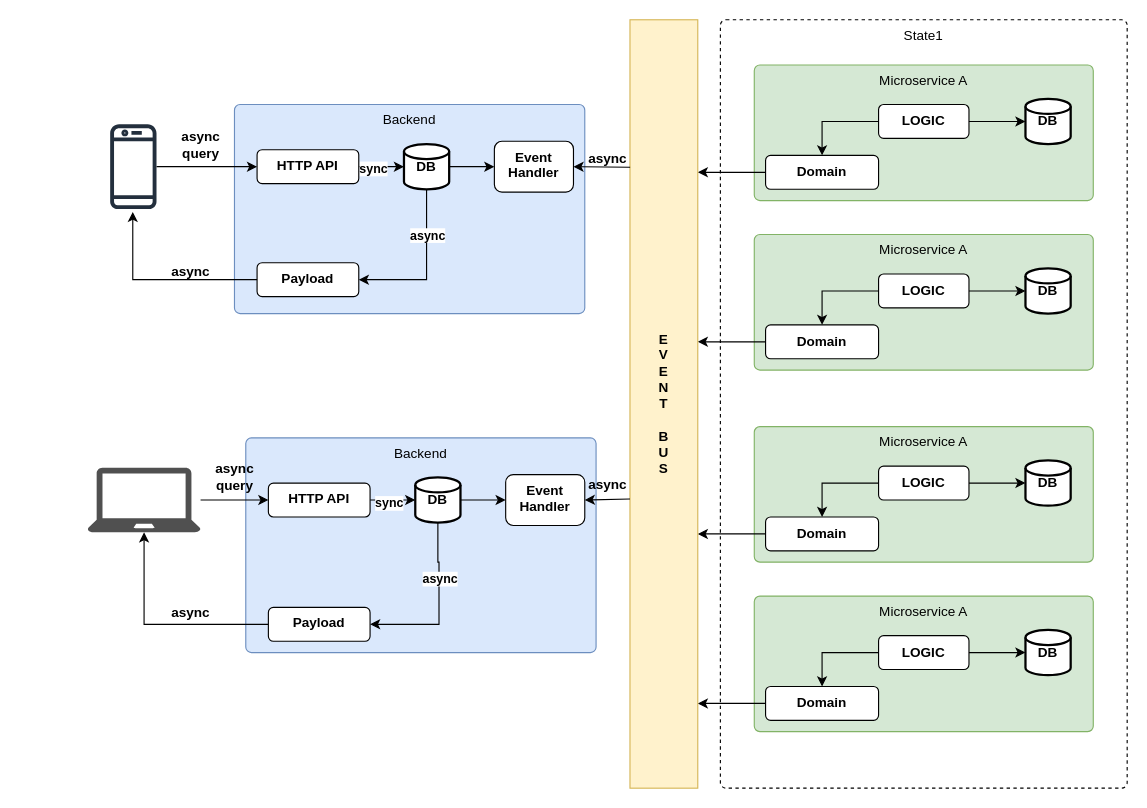
ThePlator/SIH_2k24 keeps this draw.io diagram as SIH_2k24.drawio. Above is the earlier version. Source tidied: cells renumbered, new cells numbered last; positions are measured from the earlier drawing's top-left corner, leaving out a move shared by most shapes. Both pictures are drawn from the tidied source at 113%, with x=0, y=0 at pixel (87, 19).
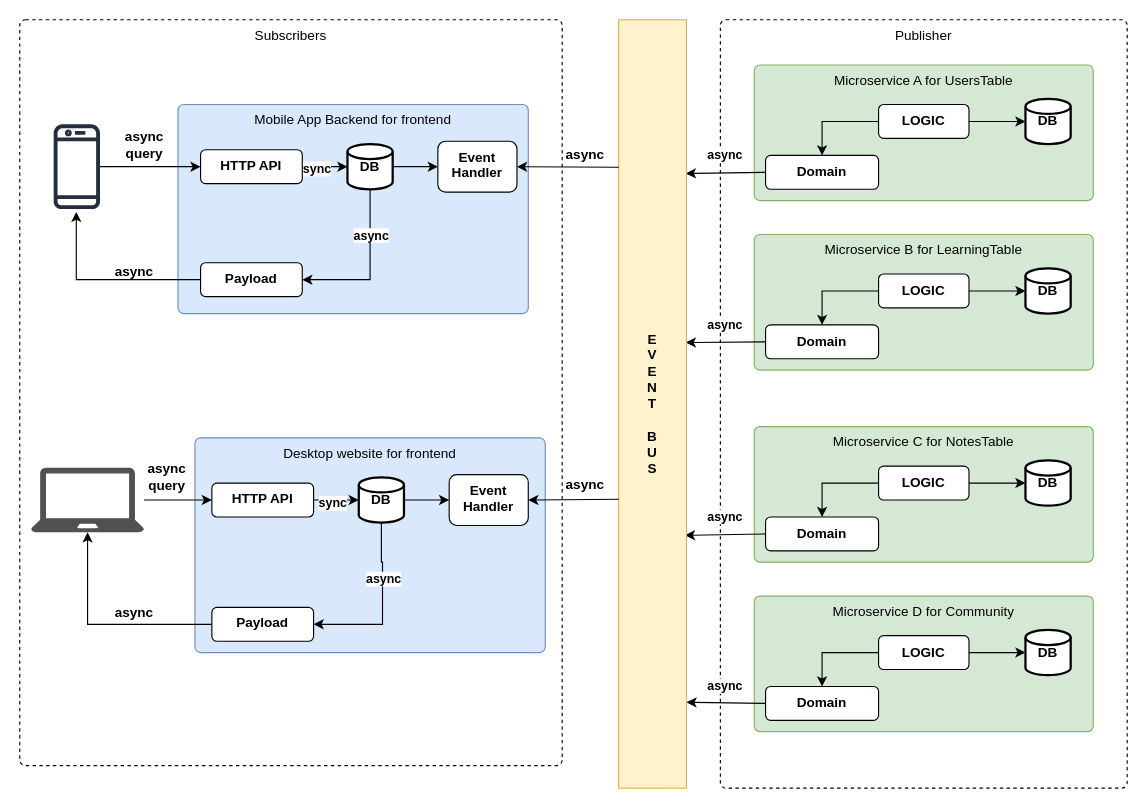
Above is the later version.

Unchanged cells that the change refers to:
```xml
<mxCell id="7" value="&lt;b&gt;Domain&lt;/b&gt;" style="rounded=1;whiteSpace=wrap;html=1;" parent="1" vertex="1">
  <mxGeometry x="600" y="590" width="100" height="30" as="geometry" />
</mxCell>
<mxCell id="14" value="&lt;b&gt;Domain&lt;/b&gt;" style="rounded=1;whiteSpace=wrap;html=1;" parent="1" vertex="1">
  <mxGeometry x="600" y="120" width="100" height="30" as="geometry" />
</mxCell>
<mxCell id="21" value="&lt;b&gt;Domain&lt;/b&gt;" style="rounded=1;whiteSpace=wrap;html=1;" parent="1" vertex="1">
  <mxGeometry x="600" y="270" width="100" height="30" as="geometry" />
</mxCell>
<mxCell id="28" value="&lt;b&gt;Domain&lt;/b&gt;" style="rounded=1;whiteSpace=wrap;html=1;" parent="1" vertex="1">
  <mxGeometry x="600" y="440" width="100" height="30" as="geometry" />
</mxCell>
```

Change to the diagram source:
```diff
@@
+    <mxCell id="66" value="Subscribers" style="html=1;align=center;verticalAlign=top;rounded=1;absoluteArcSize=1;arcSize=10;dashed=1;whiteSpace=wrap;" parent="1" vertex="1">
+      <mxGeometry x="-60" width="480" height="660" as="geometry" />
+    </mxCell>
-    <mxCell id="2" value="State1" style="html=1;align=center;verticalAlign=top;rounded=1;absoluteArcSize=1;arcSize=10;dashed=1;whiteSpace=wrap;" parent="1" vertex="1">
+    <mxCell id="2" value="Publisher" style="html=1;align=center;verticalAlign=top;rounded=1;absoluteArcSize=1;arcSize=10;dashed=1;whiteSpace=wrap;" parent="1" vertex="1">
       <mxGeometry x="560" width="360" height="680" as="geometry" />
     </mxCell>
-    <mxCell id="3" value="Microservice A" style="html=1;align=center;verticalAlign=top;rounded=1;absoluteArcSize=1;arcSize=10;dashed=0;whiteSpace=wrap;fillColor=#d5e8d4;strokeColor=#82b366;" parent="1" vertex="1">
+    <mxCell id="3" value="Microservice D for Community" style="html=1;align=center;verticalAlign=top;rounded=1;absoluteArcSize=1;arcSize=10;dashed=0;whiteSpace=wrap;fillColor=#d5e8d4;strokeColor=#82b366;" parent="1" vertex="1">
       <mxGeometry x="590" y="510" width="300" height="120" as="geometry" />
     </mxCell>
@@
     <mxCell id="9" style="endArrow=classic;html=1;rounded=0;exitX=0;exitY=0.5;exitDx=0;exitDy=0;" parent="1" edge="1" source="7">
       <mxGeometry relative="1" as="geometry">
-        <mxPoint x="540" y="605" as="targetPoint" />
+        <mxPoint x="530" y="604" as="targetPoint" />
       </mxGeometry>
     </mxCell>
+    <mxCell id="67" value="&lt;b&gt;async&lt;/b&gt;" style="edgeLabel;html=1;align=center;verticalAlign=middle;" parent="9" vertex="1">
+      <mxGeometry x="0.18" y="3" relative="1" as="geometry">
+        <mxPoint x="5" y="-18" as="offset" />
+      </mxGeometry>
+    </mxCell>
+    <mxCell id="68" value="&lt;b&gt;async&lt;/b&gt;" style="edgeLabel;html=1;align=center;verticalAlign=middle;" parent="9" vertex="1">
+      <mxGeometry x="0.18" y="3" relative="1" as="geometry">
+        <mxPoint x="5" y="-168" as="offset" />
+      </mxGeometry>
+    </mxCell>
+    <mxCell id="69" value="&lt;b&gt;async&lt;/b&gt;" style="edgeLabel;html=1;align=center;verticalAlign=middle;" parent="9" vertex="1">
+      <mxGeometry x="0.18" y="3" relative="1" as="geometry">
+        <mxPoint x="5" y="-338" as="offset" />
+      </mxGeometry>
+    </mxCell>
+    <mxCell id="70" value="&lt;b&gt;async&lt;/b&gt;" style="edgeLabel;html=1;align=center;verticalAlign=middle;" parent="9" vertex="1">
+      <mxGeometry x="0.18" y="3" relative="1" as="geometry">
+        <mxPoint x="5" y="-488" as="offset" />
+      </mxGeometry>
+    </mxCell>
-    <mxCell id="10" value="Microservice A" style="html=1;align=center;verticalAlign=top;rounded=1;absoluteArcSize=1;arcSize=10;dashed=0;whiteSpace=wrap;fillColor=#d5e8d4;strokeColor=#82b366;" parent="1" vertex="1">
+    <mxCell id="10" value="Microservice A for UsersTable" style="html=1;align=center;verticalAlign=top;rounded=1;absoluteArcSize=1;arcSize=10;dashed=0;whiteSpace=wrap;fillColor=#d5e8d4;strokeColor=#82b366;" parent="1" vertex="1">
       <mxGeometry x="590" y="40" width="300" height="120" as="geometry" />
     </mxCell>
@@
-    <mxCell id="16" style="endArrow=classic;html=1;rounded=0;exitX=0;exitY=0.5;exitDx=0;exitDy=0;" parent="1" edge="1" source="14">
-      <mxGeometry relative="1" as="geometry">
-        <mxPoint x="540" y="135" as="targetPoint" />
-      </mxGeometry>
+    <mxCell id="16" style="endArrow=classic;html=1;rounded=0;exitX=0;exitY=0.5;exitDx=0;exitDy=0;entryX=0.99;entryY=0.2;entryDx=0;entryDy=0;entryPerimeter=0;" parent="1" edge="1" source="14" target="59">
+      <mxGeometry relative="1" as="geometry" />
     </mxCell>
-    <mxCell id="17" value="Microservice A" style="html=1;align=center;verticalAlign=top;rounded=1;absoluteArcSize=1;arcSize=10;dashed=0;whiteSpace=wrap;fillColor=#d5e8d4;strokeColor=#82b366;" parent="1" vertex="1">
+    <mxCell id="17" value="Microservice B for LearningTable" style="html=1;align=center;verticalAlign=top;rounded=1;absoluteArcSize=1;arcSize=10;dashed=0;whiteSpace=wrap;fillColor=#d5e8d4;strokeColor=#82b366;" parent="1" vertex="1">
       <mxGeometry x="590" y="190" width="300" height="120" as="geometry" />
     </mxCell>
@@
-    <mxCell id="23" style="endArrow=classic;html=1;rounded=0;exitX=0;exitY=0.5;exitDx=0;exitDy=0;" parent="1" edge="1" source="21">
-      <mxGeometry relative="1" as="geometry">
-        <mxPoint x="540" y="285" as="targetPoint" />
-      </mxGeometry>
+    <mxCell id="23" style="endArrow=classic;html=1;rounded=0;exitX=0;exitY=0.5;exitDx=0;exitDy=0;entryX=0.99;entryY=0.42;entryDx=0;entryDy=0;entryPerimeter=0;" parent="1" edge="1" source="21" target="59">
+      <mxGeometry relative="1" as="geometry" />
     </mxCell>
-    <mxCell id="24" value="Microservice A" style="html=1;align=center;verticalAlign=top;rounded=1;absoluteArcSize=1;arcSize=10;dashed=0;whiteSpace=wrap;fillColor=#d5e8d4;strokeColor=#82b366;" parent="1" vertex="1">
+    <mxCell id="24" value="Microservice C for NotesTable" style="html=1;align=center;verticalAlign=top;rounded=1;absoluteArcSize=1;arcSize=10;dashed=0;whiteSpace=wrap;fillColor=#d5e8d4;strokeColor=#82b366;" parent="1" vertex="1">
       <mxGeometry x="590" y="360" width="300" height="120" as="geometry" />
     </mxCell>
@@
-    <mxCell id="30" style="endArrow=classic;html=1;rounded=0;exitX=0;exitY=0.5;exitDx=0;exitDy=0;" parent="1" edge="1" source="28">
-      <mxGeometry relative="1" as="geometry">
-        <mxPoint x="540" y="455" as="targetPoint" />
-      </mxGeometry>
+    <mxCell id="30" style="endArrow=classic;html=1;rounded=0;exitX=0;exitY=0.5;exitDx=0;exitDy=0;entryX=0.977;entryY=0.671;entryDx=0;entryDy=0;entryPerimeter=0;" parent="1" edge="1" source="28" target="59">
+      <mxGeometry relative="1" as="geometry" />
     </mxCell>
-    <mxCell id="31" value="Backend" style="html=1;align=center;verticalAlign=top;rounded=1;absoluteArcSize=1;arcSize=10;dashed=0;whiteSpace=wrap;fillColor=#dae8fc;strokeColor=#6c8ebf;" parent="1" vertex="1">
-      <mxGeometry x="130" y="75" width="310" height="185" as="geometry" />
+    <mxCell id="31" value="Mobile App Backend for frontend" style="html=1;align=center;verticalAlign=top;rounded=1;absoluteArcSize=1;arcSize=10;dashed=0;whiteSpace=wrap;fillColor=#dae8fc;strokeColor=#6c8ebf;" parent="1" vertex="1">
+      <mxGeometry x="80" y="75" width="310" height="185" as="geometry" />
     </mxCell>
@@
     <mxCell id="34" value="&lt;b&gt;HTTP API&lt;/b&gt;" style="rounded=1;whiteSpace=wrap;html=1;verticalAlign=top;" parent="1" vertex="1">
-      <mxGeometry x="150" y="115" width="90" height="30" as="geometry" />
+      <mxGeometry x="100" y="115" width="90" height="30" as="geometry" />
     </mxCell>
     <mxCell id="35" value="&lt;b&gt;Payload&lt;/b&gt;" style="rounded=1;whiteSpace=wrap;html=1;verticalAlign=top;" parent="1" vertex="1">
-      <mxGeometry x="150" y="215" width="90" height="30" as="geometry" />
+      <mxGeometry x="100" y="215" width="90" height="30" as="geometry" />
     </mxCell>
@@
     <mxCell id="37" style="edgeStyle=orthogonalEdgeStyle;rounded=0;jettySize=auto;html=1;entryX=1;entryY=0.5;entryDx=0;entryDy=0;" parent="1" edge="1" source="39" target="35">
       <mxGeometry relative="1" as="geometry">
         <Array as="points">
-          <mxPoint x="300" y="230" />
+          <mxPoint x="250" y="230" />
         </Array>
       </mxGeometry>
     </mxCell>
@@
     <mxCell id="39" value="&lt;b&gt;DB&lt;/b&gt;" style="strokeWidth=2;html=1;shape=mxgraph.flowchart.database;whiteSpace=wrap;verticalAlign=middle;" parent="1" vertex="1">
-      <mxGeometry x="280" y="110" width="40" height="40" as="geometry" />
+      <mxGeometry x="230" y="110" width="40" height="40" as="geometry" />
     </mxCell>
     <mxCell id="40" value="&lt;b&gt;Event&lt;/b&gt;&lt;div&gt;&lt;b&gt;Handler&lt;/b&gt;&lt;/div&gt;" style="rounded=1;whiteSpace=wrap;html=1;verticalAlign=top;" parent="1" vertex="1">
-      <mxGeometry x="360" y="107.5" width="70" height="45" as="geometry" />
+      <mxGeometry x="310" y="107.5" width="70" height="45" as="geometry" />
     </mxCell>
@@
     <mxCell id="42" style="sketch=0;outlineConnect=0;fontColor=#232F3E;gradientColor=none;fillColor=#232F3D;strokeColor=none;dashed=0;verticalLabelPosition=bottom;verticalAlign=top;align=center;html=1;fontSize=12;fontStyle=0;shape=mxgraph.aws4.mobile_client;" parent="1" vertex="1">
-      <mxGeometry x="20" y="91" width="41" height="78" as="geometry" />
+      <mxGeometry x="-30" y="91" width="41" height="78" as="geometry" />
     </mxCell>
-    <mxCell id="43" value="Backend" style="html=1;align=center;verticalAlign=top;rounded=1;absoluteArcSize=1;arcSize=10;dashed=0;whiteSpace=wrap;fillColor=#dae8fc;strokeColor=#6c8ebf;" parent="1" vertex="1">
-      <mxGeometry x="140" y="370" width="310" height="190" as="geometry" />
+    <mxCell id="43" value="Desktop website for frontend" style="html=1;align=center;verticalAlign=top;rounded=1;absoluteArcSize=1;arcSize=10;dashed=0;whiteSpace=wrap;fillColor=#dae8fc;strokeColor=#6c8ebf;" parent="1" vertex="1">
+      <mxGeometry x="95" y="370" width="310" height="190" as="geometry" />
     </mxCell>
@@
     <mxCell id="46" value="&lt;b&gt;HTTP API&lt;/b&gt;" style="rounded=1;whiteSpace=wrap;html=1;verticalAlign=top;" parent="1" vertex="1">
-      <mxGeometry x="160" y="410" width="90" height="30" as="geometry" />
+      <mxGeometry x="110" y="410" width="90" height="30" as="geometry" />
     </mxCell>
@@
     <mxCell id="48" value="&lt;b&gt;Payload&lt;/b&gt;" style="rounded=1;whiteSpace=wrap;html=1;verticalAlign=top;" parent="1" vertex="1">
-      <mxGeometry x="160" y="520" width="90" height="30" as="geometry" />
+      <mxGeometry x="110" y="520" width="90" height="30" as="geometry" />
     </mxCell>
@@
     <mxCell id="50" style="edgeStyle=orthogonalEdgeStyle;rounded=0;jettySize=auto;html=1;" parent="1" edge="1" source="52" target="48">
       <mxGeometry relative="1" as="geometry">
         <Array as="points">
-          <mxPoint x="310" y="480" />
-          <mxPoint x="311" y="480" />
-          <mxPoint x="311" y="535" />
+          <mxPoint x="260" y="480" />
+          <mxPoint x="261" y="480" />
+          <mxPoint x="261" y="535" />
         </Array>
       </mxGeometry>
     </mxCell>
@@
     <mxCell id="52" value="&lt;b&gt;DB&lt;/b&gt;" style="strokeWidth=2;html=1;shape=mxgraph.flowchart.database;whiteSpace=wrap;verticalAlign=middle;" parent="1" vertex="1">
-      <mxGeometry x="290" y="405" width="40" height="40" as="geometry" />
+      <mxGeometry x="240" y="405" width="40" height="40" as="geometry" />
     </mxCell>
     <mxCell id="53" value="&lt;b&gt;Event&lt;/b&gt;&lt;div&gt;&lt;b&gt;Handler&lt;/b&gt;&lt;/div&gt;" style="rounded=1;whiteSpace=wrap;html=1;verticalAlign=top;" parent="1" vertex="1">
-      <mxGeometry x="370" y="402.5" width="70" height="45" as="geometry" />
+      <mxGeometry x="320" y="402.5" width="70" height="45" as="geometry" />
     </mxCell>
@@
     <mxCell id="55" style="sketch=0;shadow=0;dashed=0;html=1;strokeColor=none;fillColor=#505050;labelPosition=center;verticalLabelPosition=bottom;verticalAlign=top;outlineConnect=0;align=center;shape=mxgraph.office.devices.laptop;" parent="1" vertex="1">
-      <mxGeometry y="396.5" width="100" height="57" as="geometry" />
+      <mxGeometry x="-50" y="396.5" width="100" height="57" as="geometry" />
     </mxCell>
     <mxCell id="56" style="endArrow=classic;html=1;rounded=0;exitX=0;exitY=0.5;exitDx=0;exitDy=0;verticalAlign=top;" parent="1" edge="1" source="35">
       <mxGeometry relative="1" as="geometry">
-        <mxPoint x="40" y="170" as="targetPoint" />
+        <mxPoint x="-10" y="170" as="targetPoint" />
         <Array as="points">
-          <mxPoint x="40" y="230" />
+          <mxPoint x="-10" y="230" />
         </Array>
       </mxGeometry>
     </mxCell>
     <mxCell id="57" value="&lt;b&gt;async&lt;br&gt;query&lt;/b&gt;" style="text;html=1;align=center;verticalAlign=middle;strokeColor=none;fillColor=none;" parent="1" vertex="1">
-      <mxGeometry x="70" y="91" width="60" height="40" as="geometry" />
+      <mxGeometry x="20" y="91" width="60" height="40" as="geometry" />
     </mxCell>
     <mxCell id="58" value="&lt;b&gt;async&lt;/b&gt;" style="text;html=1;align=center;verticalAlign=middle;strokeColor=none;fillColor=none;" parent="1" vertex="1">
-      <mxGeometry x="61" y="208" width="60" height="30" as="geometry" />
+      <mxGeometry x="11" y="208" width="60" height="30" as="geometry" />
     </mxCell>
     <mxCell id="59" value="&lt;b&gt;E&lt;/b&gt;&lt;div&gt;&lt;b&gt;V&lt;/b&gt;&lt;/div&gt;&lt;div&gt;&lt;b&gt;E&lt;/b&gt;&lt;/div&gt;&lt;div&gt;&lt;b&gt;N&lt;/b&gt;&lt;/div&gt;&lt;div&gt;&lt;b&gt;T&lt;/b&gt;&lt;/div&gt;&lt;div&gt;&lt;b&gt;&lt;br&gt;&lt;/b&gt;&lt;/div&gt;&lt;div&gt;&lt;b&gt;B&lt;/b&gt;&lt;/div&gt;&lt;div&gt;&lt;b&gt;U&lt;/b&gt;&lt;/div&gt;&lt;div&gt;&lt;b&gt;S&lt;/b&gt;&lt;/div&gt;" style="rounded=0;whiteSpace=wrap;html=1;fillColor=#fff2cc;strokeColor=#d6b656;" parent="1" vertex="1">
-      <mxGeometry x="480" width="60" height="680" as="geometry" />
+      <mxGeometry x="470" width="60" height="680" as="geometry" />
     </mxCell>
     <mxCell id="60" value="&lt;b&gt;async&lt;br&gt;query&lt;/b&gt;" style="text;html=1;align=center;verticalAlign=middle;strokeColor=none;fillColor=none;" parent="1" vertex="1">
-      <mxGeometry x="100" y="385" width="60" height="40" as="geometry" />
+      <mxGeometry x="40" y="385" width="60" height="40" as="geometry" />
     </mxCell>
     <mxCell id="61" value="&lt;b&gt;async&lt;/b&gt;" style="text;html=1;align=center;verticalAlign=middle;strokeColor=none;fillColor=none;" parent="1" vertex="1">
-      <mxGeometry x="61" y="510" width="60" height="30" as="geometry" />
+      <mxGeometry x="11" y="510" width="60" height="30" as="geometry" />
     </mxCell>
@@
-    <mxCell id="63" style="endArrow=classic;html=1;rounded=0;entryX=1;entryY=0.5;entryDx=0;entryDy=0;" parent="1" edge="1" target="53">
-      <mxGeometry relative="1" as="geometry">
-        <mxPoint x="480" y="424.1" as="sourcePoint" />
-      </mxGeometry>
+    <mxCell id="63" style="endArrow=classic;html=1;rounded=0;entryX=1;entryY=0.5;entryDx=0;entryDy=0;exitX=0.003;exitY=0.624;exitDx=0;exitDy=0;exitPerimeter=0;" parent="1" edge="1" source="59" target="53">
+      <mxGeometry relative="1" as="geometry" />
     </mxCell>
     <mxCell id="64" value="&lt;b&gt;async&lt;/b&gt;" style="text;html=1;align=center;verticalAlign=middle;strokeColor=none;fillColor=none;" parent="1" vertex="1">
-      <mxGeometry x="430" y="107.5" width="60" height="30" as="geometry" />
+      <mxGeometry x="410" y="105" width="60" height="30" as="geometry" />
     </mxCell>
     <mxCell id="65" value="&lt;b&gt;async&lt;/b&gt;" style="text;html=1;align=center;verticalAlign=middle;strokeColor=none;fillColor=none;" parent="1" vertex="1">
-      <mxGeometry x="430" y="396.5" width="60" height="30" as="geometry" />
+      <mxGeometry x="410" y="396.5" width="60" height="30" as="geometry" />
     </mxCell>
```
